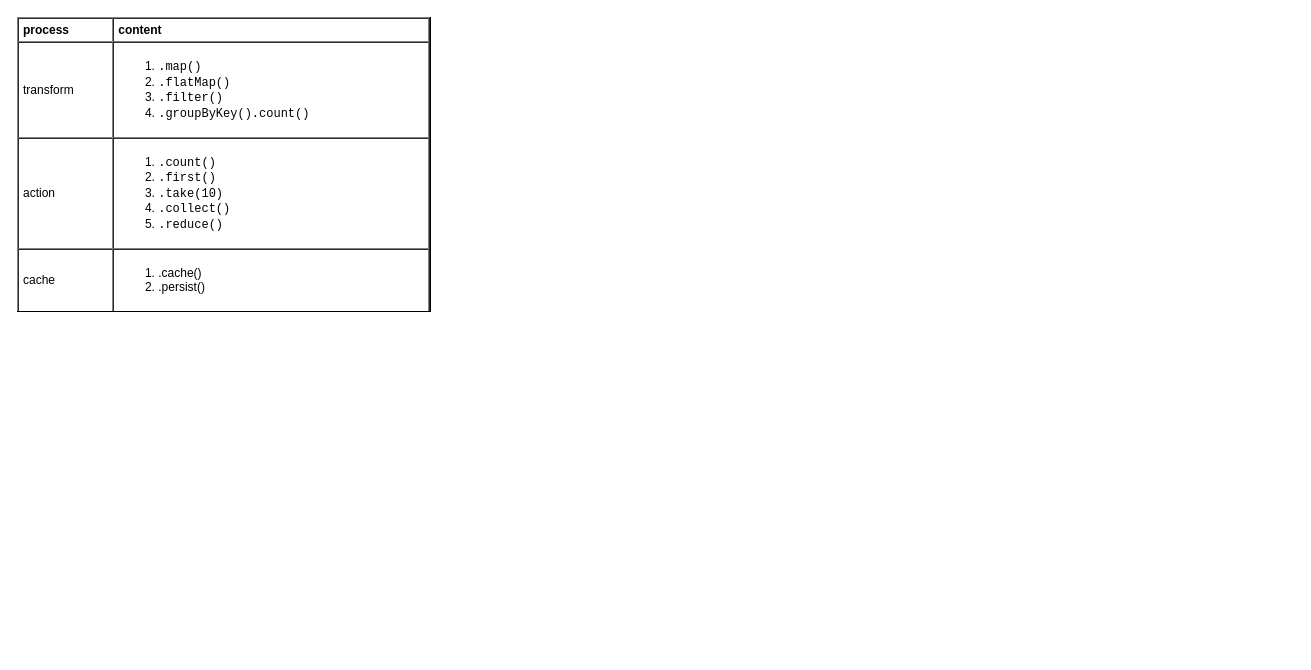
yangdj/tf_docs keeps this draw.io diagram as page "process" (3 of 4) of languages/scala/spark.drawio. Above is the earlier version. Source tidied: cells renumbered, new cells numbered last; positions are measured from the earlier drawing's top-left corner, leaving out a move shared by most shapes. Both pictures are drawn from the tidied source at 100%, with x=0, y=0 at pixel (17, 17).
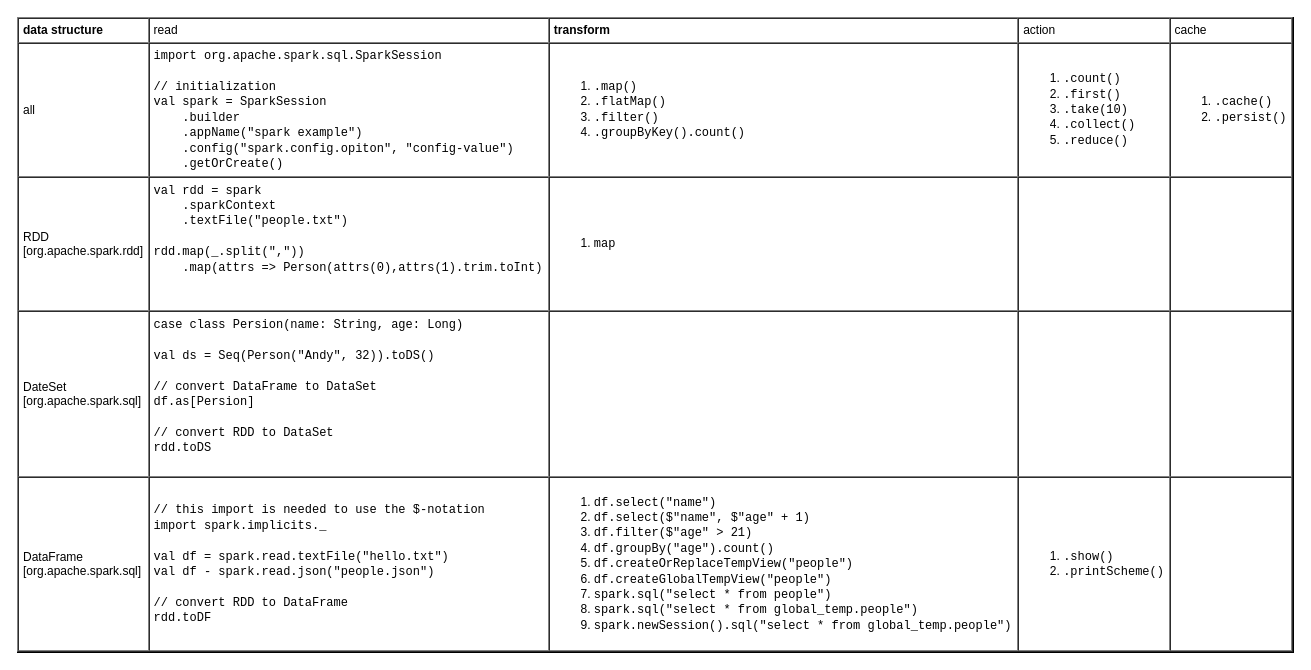
After the change.

What changed in the source:
```diff
@@
 <mxGraphModel>
   <root>
     <mxCell id="0" />
     <mxCell id="1" parent="0" />
-    <mxCell id="2" value="&lt;table cellpadding=&quot;4&quot; cellspacing=&quot;0&quot; border=&quot;1&quot; style=&quot;font-size: 1em ; width: 100% ; height: 100%&quot;&gt;&lt;tbody&gt;&lt;tr&gt;&lt;th&gt;process&lt;br&gt;&lt;/th&gt;&lt;th&gt;content&lt;/th&gt;&lt;/tr&gt;&lt;tr&gt;&lt;td&gt;transform&lt;/td&gt;&lt;td&gt;&lt;ol&gt;&lt;li&gt;&lt;font face=&quot;Courier New&quot;&gt;.map()&lt;/font&gt;&lt;/li&gt;&lt;li&gt;&lt;font face=&quot;Courier New&quot;&gt;.flatMap()&lt;/font&gt;&lt;/li&gt;&lt;li&gt;&lt;font face=&quot;Courier New&quot;&gt;.filter()&lt;/font&gt;&lt;/li&gt;&lt;li&gt;&lt;font face=&quot;Courier New&quot;&gt;.groupByKey().count()&lt;/font&gt;&lt;/li&gt;&lt;/ol&gt;&lt;/td&gt;&lt;/tr&gt;&lt;tr&gt;&lt;td&gt;action&lt;/td&gt;&lt;td&gt;&lt;ol&gt;&lt;li&gt;&lt;font face=&quot;Courier New&quot;&gt;.count()&lt;/font&gt;&lt;/li&gt;&lt;li&gt;&lt;font face=&quot;Courier New&quot;&gt;.first()&lt;/font&gt;&lt;/li&gt;&lt;li&gt;&lt;font face=&quot;Courier New&quot;&gt;.take(10)&lt;/font&gt;&lt;/li&gt;&lt;li&gt;&lt;font face=&quot;Courier New&quot;&gt;.collect()&lt;/font&gt;&lt;/li&gt;&lt;li&gt;&lt;font face=&quot;Courier New&quot;&gt;.reduce()&lt;/font&gt;&lt;/li&gt;&lt;/ol&gt;&lt;/td&gt;&lt;/tr&gt;&lt;tr&gt;&lt;td&gt;cache&lt;/td&gt;&lt;td&gt;&lt;ol&gt;&lt;li&gt;.cache()&lt;/li&gt;&lt;li&gt;.persist()&lt;/li&gt;&lt;/ol&gt;&lt;/td&gt;&lt;/tr&gt;&lt;/tbody&gt;&lt;/table&gt; " style="verticalAlign=top;align=left;overflow=fill;fontSize=12;fontFamily=Helvetica;html=1;fillColor=none;" parent="1" vertex="1">
-      <mxGeometry width="413" height="294" as="geometry" />
+    <mxCell id="2" value="&lt;table cellpadding=&quot;4&quot; cellspacing=&quot;0&quot; border=&quot;1&quot; style=&quot;font-size: 1em ; width: 100% ; height: 100%&quot;&gt;&lt;tbody&gt;&lt;tr&gt;&lt;th&gt;data structure&lt;br&gt;&lt;/th&gt;&lt;td&gt;read&lt;/td&gt;&lt;th&gt;transform&lt;/th&gt;&lt;td&gt;action&lt;/td&gt;&lt;td&gt;cache&lt;/td&gt;&lt;/tr&gt;&lt;tr&gt;&lt;td&gt;all&lt;/td&gt;&lt;td&gt;&lt;div&gt;&lt;span style=&quot;font-family: &amp;#34;courier new&amp;#34;&quot;&gt;import org.apache.spark.sql.SparkSession&lt;/span&gt;&lt;span style=&quot;font-family: &amp;#34;courier new&amp;#34;&quot;&gt;&lt;br&gt;&lt;/span&gt;&lt;/div&gt;&lt;div&gt;&lt;span style=&quot;font-family: &amp;#34;courier new&amp;#34;&quot;&gt;&lt;br&gt;&lt;/span&gt;&lt;/div&gt;&lt;div&gt;&lt;span style=&quot;font-family: &amp;#34;courier new&amp;#34;&quot;&gt;// initialization&lt;/span&gt;&lt;/div&gt;&lt;div&gt;&lt;span style=&quot;font-family: &amp;#34;courier new&amp;#34;&quot;&gt;val spark = SparkSession&lt;/span&gt;&lt;/div&gt;&lt;div&gt;&lt;span style=&quot;font-family: &amp;#34;courier new&amp;#34;&quot;&gt;&amp;nbsp; &amp;nbsp; .builder&lt;/span&gt;&lt;/div&gt;&lt;div&gt;&lt;span style=&quot;font-family: &amp;#34;courier new&amp;#34;&quot;&gt;&amp;nbsp; &amp;nbsp; .appName(&quot;spark example&quot;)&lt;/span&gt;&lt;/div&gt;&lt;div&gt;&lt;font face=&quot;courier new&quot;&gt;&amp;nbsp; &amp;nbsp; .config(&quot;spark.config.opiton&quot;, &quot;config-value&quot;)&lt;/font&gt;&lt;/div&gt;&lt;div&gt;&lt;span style=&quot;font-family: &amp;#34;courier new&amp;#34;&quot;&gt;&amp;nbsp; &amp;nbsp; .getOrCreate()&lt;/span&gt;&lt;/div&gt;&lt;/td&gt;&lt;td&gt;&lt;ol&gt;&lt;li&gt;&lt;font face=&quot;Courier New&quot;&gt;.map()&lt;/font&gt;&lt;/li&gt;&lt;li&gt;&lt;font face=&quot;Courier New&quot;&gt;.flatMap()&lt;/font&gt;&lt;/li&gt;&lt;li&gt;&lt;font face=&quot;Courier New&quot;&gt;.filter()&lt;/font&gt;&lt;/li&gt;&lt;li&gt;&lt;font face=&quot;Courier New&quot;&gt;.groupByKey().count()&lt;/font&gt;&lt;/li&gt;&lt;/ol&gt;&lt;/td&gt;&lt;td&gt;&lt;ol&gt;&lt;li&gt;&lt;span style=&quot;font-family: &amp;#34;courier new&amp;#34; ; font-size: 1em&quot;&gt;.count()&lt;/span&gt;&lt;br&gt;&lt;/li&gt;&lt;li&gt;&lt;font face=&quot;Courier New&quot;&gt;.first()&lt;/font&gt;&lt;/li&gt;&lt;li&gt;&lt;font face=&quot;Courier New&quot;&gt;.take(10)&lt;/font&gt;&lt;/li&gt;&lt;li&gt;&lt;font face=&quot;Courier New&quot;&gt;.collect()&lt;/font&gt;&lt;/li&gt;&lt;li&gt;&lt;font face=&quot;Courier New&quot;&gt;.reduce()&lt;/font&gt;&lt;/li&gt;&lt;/ol&gt;&lt;/td&gt;&lt;td&gt;&lt;ol&gt;&lt;li&gt;&lt;font face=&quot;Courier New&quot;&gt;.cache()&lt;/font&gt;&lt;/li&gt;&lt;li&gt;&lt;font face=&quot;Courier New&quot;&gt;.persist()&lt;/font&gt;&lt;/li&gt;&lt;/ol&gt;&lt;/td&gt;&lt;/tr&gt;&lt;tr&gt;&lt;td&gt;RDD&lt;br&gt;[org.apache.spark.rdd]&lt;/td&gt;&lt;td&gt;&lt;font face=&quot;Courier New&quot;&gt;val rdd = spark&lt;br&gt;&amp;nbsp; &amp;nbsp; .sparkContext&lt;br&gt;&amp;nbsp; &amp;nbsp; .textFile(&quot;people.txt&quot;)&lt;br&gt;&lt;br&gt;rdd.map(_.split(&quot;,&quot;))&lt;br&gt;&amp;nbsp; &amp;nbsp; .map(attrs =&amp;gt; Person(attrs(0),attrs(1).trim.toInt)&lt;br&gt;&lt;br&gt;&lt;br&gt;&lt;/font&gt;&lt;/td&gt;&lt;td&gt;&lt;ol&gt;&lt;li&gt;&lt;font face=&quot;Courier New&quot;&gt;map&lt;/font&gt;&lt;/li&gt;&lt;/ol&gt;&lt;/td&gt;&lt;td&gt;&lt;br&gt;&lt;/td&gt;&lt;td&gt;&lt;br&gt;&lt;/td&gt;&lt;/tr&gt;&lt;tr&gt;&lt;td&gt;DateSet&lt;br&gt;[org.apache.spark.sql]&lt;/td&gt;&lt;td&gt;&lt;font face=&quot;Courier New&quot;&gt;case class Persion(name: String, age: Long)&lt;br&gt;&lt;br&gt;val ds = Seq(Person(&quot;Andy&quot;, 32)).toDS()&lt;br&gt;&lt;br&gt;// convert DataFrame to DataSet&lt;br&gt;df.as[Persion]&lt;br&gt;&lt;br&gt;// convert RDD to DataSet&lt;br&gt;rdd.toDS&lt;br&gt;&lt;br&gt;&lt;/font&gt;&lt;/td&gt;&lt;td&gt;&lt;br&gt;&lt;/td&gt;&lt;td&gt;&lt;br&gt;&lt;/td&gt;&lt;td&gt;&lt;br&gt;&lt;/td&gt;&lt;/tr&gt;&lt;tr&gt;&lt;td&gt;DataFrame&lt;br&gt;[org.apache.spark.sql]&lt;br&gt;&lt;/td&gt;&lt;td&gt;&lt;div&gt;&lt;span style=&quot;font-family: &amp;#34;courier new&amp;#34;&quot;&gt;// this import is needed to use the $-notation&lt;/span&gt;&lt;br style=&quot;font-family: &amp;#34;courier new&amp;#34;&quot;&gt;&lt;span style=&quot;font-family: &amp;#34;courier new&amp;#34;&quot;&gt;import spark.implicits._&lt;/span&gt;&lt;font face=&quot;Courier New&quot;&gt;&lt;br&gt;&lt;/font&gt;&lt;/div&gt;&lt;div&gt;&lt;span style=&quot;font-family: &amp;#34;courier new&amp;#34;&quot;&gt;&lt;br&gt;&lt;/span&gt;&lt;/div&gt;&lt;font face=&quot;Courier New&quot;&gt;val df = spark.read.textFile(&quot;hello.txt&quot;)&lt;br&gt;val df - spark.read.json(&quot;people.json&quot;)&lt;br&gt;&lt;br&gt;// convert RDD to DataFrame&lt;br&gt;&lt;/font&gt;&lt;span style=&quot;font-family: &amp;#34;courier new&amp;#34;&quot;&gt;rdd.toDF&lt;/span&gt;&lt;br&gt;&lt;/td&gt;&lt;td&gt;&lt;div&gt;&lt;ol&gt;&lt;li&gt;&lt;font face=&quot;Courier New&quot;&gt;df.select(&quot;name&quot;)&lt;/font&gt;&lt;/li&gt;&lt;li&gt;&lt;font face=&quot;Courier New&quot;&gt;df.select($&quot;name&quot;, $&quot;age&quot; + 1)&lt;/font&gt;&lt;/li&gt;&lt;li&gt;&lt;font face=&quot;Courier New&quot;&gt;df.filter($&quot;age&quot; &amp;gt; 21)&lt;/font&gt;&lt;/li&gt;&lt;li&gt;&lt;font face=&quot;Courier New&quot;&gt;df.groupBy(&quot;age&quot;).count()&lt;/font&gt;&lt;/li&gt;&lt;li&gt;&lt;font face=&quot;Courier New&quot;&gt;df.createOrReplaceTempView(&quot;people&quot;)&lt;/font&gt;&lt;/li&gt;&lt;li&gt;&lt;font face=&quot;Courier New&quot;&gt;df.createGlobalTempView(&quot;people&quot;)&lt;/font&gt;&lt;/li&gt;&lt;li&gt;&lt;font face=&quot;Courier New&quot;&gt;spark.sql(&quot;select * from people&quot;)&lt;/font&gt;&lt;/li&gt;&lt;li&gt;&lt;font face=&quot;Courier New&quot;&gt;spark.sql(&quot;select * from global_temp.people&quot;)&lt;/font&gt;&lt;/li&gt;&lt;li&gt;&lt;font face=&quot;Courier New&quot;&gt;spark.newSession().sql(&quot;select * from global_temp.people&quot;)&lt;/font&gt;&lt;/li&gt;&lt;/ol&gt;&lt;/div&gt;&lt;/td&gt;&lt;td&gt;&lt;ol&gt;&lt;li&gt;&lt;font face=&quot;Courier New&quot;&gt;.show()&lt;/font&gt;&lt;/li&gt;&lt;li&gt;&lt;span style=&quot;font-family: &amp;#34;courier new&amp;#34;&quot;&gt;.printScheme()&lt;/span&gt;&lt;/li&gt;&lt;/ol&gt;&lt;/td&gt;&lt;td&gt;&lt;br&gt;&lt;/td&gt;&lt;/tr&gt;&lt;/tbody&gt;&lt;/table&gt; " style="verticalAlign=top;align=left;overflow=fill;fontSize=12;fontFamily=Helvetica;html=1;fillColor=none;" parent="1" vertex="1">
+      <mxGeometry width="1276" height="635" as="geometry" />
     </mxCell>
   </root>
 </mxGraphModel>
```
